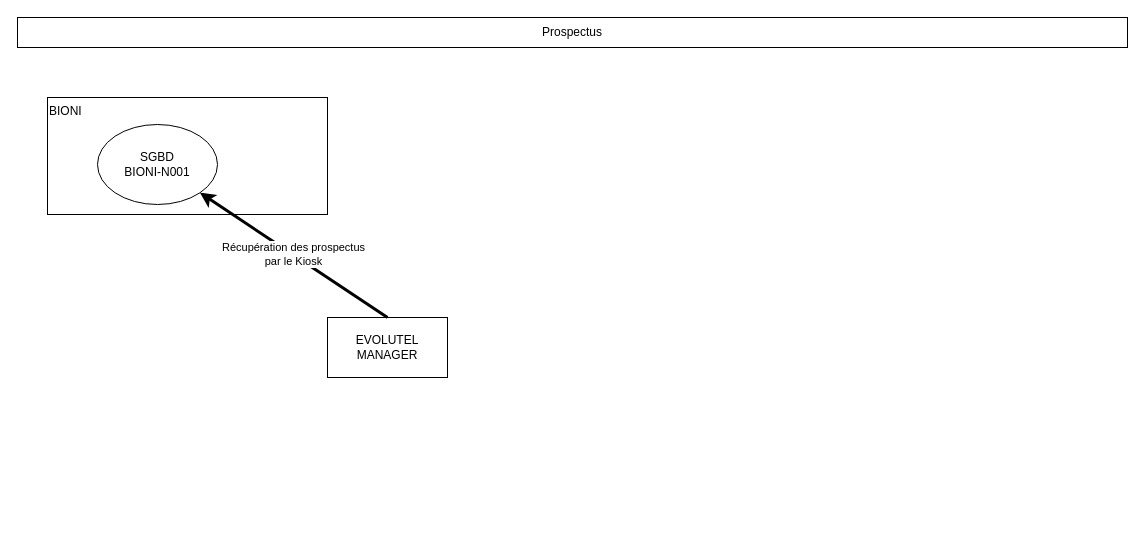
aderty/cahierdevie keeps this draw.io diagram as page "EVOMAN-Prospectus" (3 of 5) of Untitled Diagram2.drawio. Above is the earlier version. Source tidied: cells renumbered, new cells numbered last; positions are measured from the earlier drawing's top-left corner, leaving out a move shared by most shapes. Both pictures are drawn from the tidied source at 100%, with x=0, y=0 at pixel (17, 17).
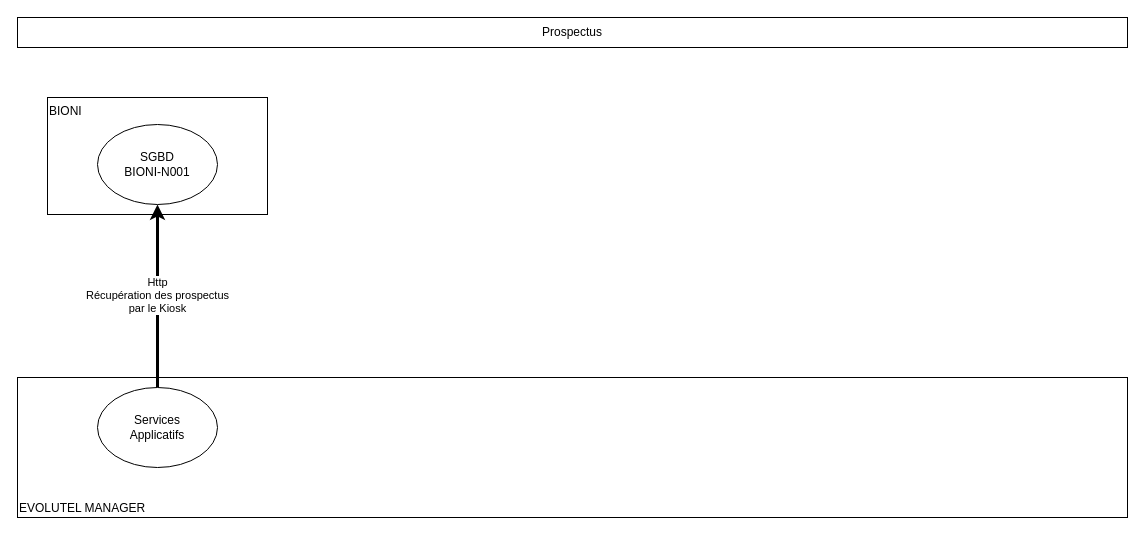
The same page after the edit.

The edit, as a diff of the source:
```diff
@@
 <mxGraphModel>
   <root>
     <mxCell id="0" />
     <mxCell id="1" parent="0" />
     <mxCell id="2" value="BIONI" style="rounded=0;whiteSpace=wrap;html=1;align=left;verticalAlign=top;" parent="1" vertex="1">
-      <mxGeometry x="30" y="80" width="280" height="117" as="geometry" />
+      <mxGeometry x="30" y="80" width="220" height="117" as="geometry" />
     </mxCell>
-    <mxCell id="3" value="EVOLUTEL&lt;br&gt;MANAGER" style="rounded=0;whiteSpace=wrap;html=1;" parent="1" vertex="1">
-      <mxGeometry x="310" y="300" width="120" height="60" as="geometry" />
+    <mxCell id="3" value="EVOLUTEL MANAGER" style="rounded=0;whiteSpace=wrap;html=1;verticalAlign=bottom;align=left;" parent="1" vertex="1">
+      <mxGeometry y="360" width="1110" height="140" as="geometry" />
     </mxCell>
     <mxCell id="4" value="SGBD&lt;br&gt;BIONI-N001" style="ellipse;whiteSpace=wrap;html=1;" parent="1" vertex="1">
       <mxGeometry x="80" y="107" width="120" height="80" as="geometry" />
     </mxCell>
     <mxCell id="5" value="Prospectus" style="rounded=0;whiteSpace=wrap;html=1;" parent="1" vertex="1">
       <mxGeometry width="1110" height="30" as="geometry" />
     </mxCell>
-    <mxCell id="6" value="Récupération des prospectus &lt;br&gt;par le Kiosk" style="endArrow=classic;html=1;strokeWidth=3;exitX=0.5;exitY=0;exitDx=0;exitDy=0;" parent="1" edge="1" source="3" target="4">
+    <mxCell id="6" value="Http&lt;br&gt;Récupération des prospectus &lt;br&gt;par le Kiosk" style="endArrow=classic;html=1;strokeWidth=3;" parent="1" edge="1" source="7" target="4">
       <mxGeometry relative="1" as="geometry" />
     </mxCell>
+    <mxCell id="7" value="Services&lt;br&gt;Applicatifs" style="ellipse;whiteSpace=wrap;html=1;" parent="1" vertex="1">
+      <mxGeometry x="80" y="370" width="120" height="80" as="geometry" />
+    </mxCell>
   </root>
 </mxGraphModel>
```
